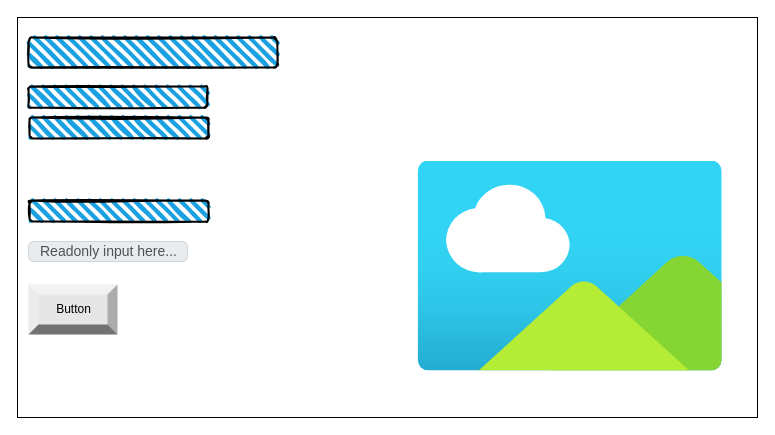
The draw.io diagram page "Page-1" (1 of 2) of design/story-board.drawio in ekaterina-chernykh/ICS20-Unit-5-03, before the edit. Source tidied: cells renumbered, new cells numbered last; positions are measured from the earlier drawing's top-left corner, leaving out a move shared by most shapes. Both pictures are drawn from the tidied source at 100%, with x=0, y=0 at pixel (17, 17).
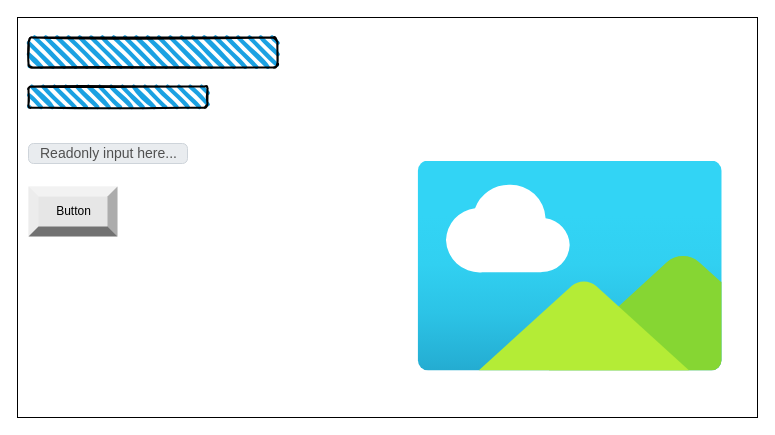
After the change.

Diff of the diagram source:
```diff
@@
 <mxGraphModel>
   <root>
     <mxCell id="0" />
     <mxCell id="1" parent="0" />
     <mxCell id="2" style="rounded=0;whiteSpace=wrap;html=1;" parent="1" vertex="1">
       <mxGeometry width="740" height="400" as="geometry" />
     </mxCell>
     <mxCell id="3" style="rounded=1;whiteSpace=wrap;html=1;strokeWidth=2;fillWeight=4;hachureGap=8;hachureAngle=45;fillColor=#1ba1e2;sketch=1;" parent="1" vertex="1">
       <mxGeometry x="11" y="20" width="249" height="30" as="geometry" />
     </mxCell>
-    <mxCell id="4" style="rounded=1;whiteSpace=wrap;html=1;strokeWidth=2;fillWeight=4;hachureGap=8;hachureAngle=45;fillColor=#1ba1e2;sketch=1;" parent="1" vertex="1">
-      <mxGeometry x="12" y="100" width="179" height="21" as="geometry" />
-    </mxCell>
     <mxCell id="5" style="rounded=1;whiteSpace=wrap;html=1;strokeWidth=2;fillWeight=4;hachureGap=8;hachureAngle=45;fillColor=#1ba1e2;sketch=1;" parent="1" vertex="1">
       <mxGeometry x="11" y="69" width="179" height="21" as="geometry" />
     </mxCell>
-    <mxCell id="6" style="rounded=1;whiteSpace=wrap;html=1;strokeWidth=2;fillWeight=4;hachureGap=8;hachureAngle=45;fillColor=#1ba1e2;sketch=1;" parent="1" vertex="1">
-      <mxGeometry x="12" y="183" width="179" height="21" as="geometry" />
-    </mxCell>
     <mxCell id="7" value="Readonly input here..." style="html=1;shadow=0;dashed=0;shape=mxgraph.bootstrap.rrect;rSize=5;strokeColor=#CED4DA;strokeWidth=1;fillColor=#E9ECEF;fontColor=#505050;whiteSpace=wrap;align=left;verticalAlign=middle;spacingLeft=10;fontSize=14;" parent="1" vertex="1">
-      <mxGeometry x="11" y="224" width="159" height="20" as="geometry" />
+      <mxGeometry x="11" y="126" width="159" height="20" as="geometry" />
     </mxCell>
     <mxCell id="8" value="Button" style="labelPosition=center;verticalLabelPosition=middle;align=center;html=1;shape=mxgraph.basic.shaded_button;dx=10;fillColor=#E6E6E6;strokeColor=none;" parent="1" vertex="1">
-      <mxGeometry x="11" y="267" width="89" height="50" as="geometry" />
+      <mxGeometry x="11" y="169" width="89" height="50" as="geometry" />
     </mxCell>
     <mxCell id="9" style="html=1;align=center;image;fontSize=12;image=img/lib/azure2/general/Image.svg;fillColor=#BA6D07;" parent="1" vertex="1">
       <mxGeometry x="400" y="143.5" width="305.4" height="210" as="geometry" />
     </mxCell>
   </root>
 </mxGraphModel>
```
